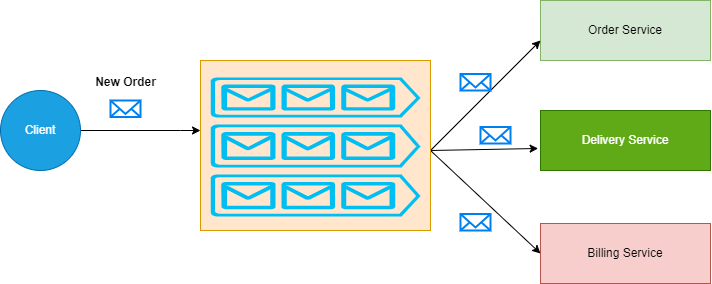
Above: PubSub.drawio.png in yahiaalioua/Pub-Sub_Ecommerce (draw.io), before the change. Source tidied: cells renumbered, new cells last; positions are measured from the earlier drawing's top-left corner, leaving out a move shared by most shapes. Its diagram source:
```xml
<mxGraphModel>
  <root>
    <mxCell id="0" />
    <mxCell id="1" parent="0" />
    <mxCell id="2" style="edgeStyle=orthogonalEdgeStyle;rounded=0;jettySize=auto;html=1;" parent="1" edge="1" source="3" target="16">
      <mxGeometry relative="1" as="geometry">
        <Array as="points">
          <mxPoint x="180" y="130" />
          <mxPoint x="180" y="130" />
        </Array>
      </mxGeometry>
    </mxCell>
    <mxCell id="3" value="Client" style="ellipse;whiteSpace=wrap;html=1;fillColor=#1ba1e2;fontColor=#ffffff;strokeColor=#006EAF;" parent="1" vertex="1">
      <mxGeometry y="90" width="80" height="80" as="geometry" />
    </mxCell>
    <mxCell id="4" style="group;fillColor=#fad9d5;strokeColor=#ae4132;" parent="1" vertex="1">
      <mxGeometry x="200" y="60" width="230" height="170" as="geometry" />
    </mxCell>
    <mxCell id="5" value="Order Service" style="rounded=0;whiteSpace=wrap;html=1;fillColor=#d5e8d4;strokeColor=#82b366;" parent="1" vertex="1">
      <mxGeometry x="540" width="170" height="60" as="geometry" />
    </mxCell>
    <mxCell id="6" value="Delivery Service" style="rounded=0;whiteSpace=wrap;html=1;fillColor=#60a917;strokeColor=#2D7600;fontColor=#ffffff;" parent="1" vertex="1">
      <mxGeometry x="540" y="110" width="170" height="60" as="geometry" />
    </mxCell>
    <mxCell id="7" value="Billing Service" style="rounded=0;whiteSpace=wrap;html=1;fillColor=#f8cecc;strokeColor=#b85450;" parent="1" vertex="1">
      <mxGeometry x="540" y="223" width="170" height="60" as="geometry" />
    </mxCell>
    <mxCell id="8" style="endArrow=classic;html=1;rounded=0;entryX=0;entryY=0.5;entryDx=0;entryDy=0;" parent="1" edge="1">
      <mxGeometry relative="1" as="geometry">
        <mxPoint x="430" y="150" as="sourcePoint" />
        <mxPoint x="540" y="40" as="targetPoint" />
      </mxGeometry>
    </mxCell>
    <mxCell id="9" style="endArrow=classic;html=1;rounded=0;entryX=-0.014;entryY=0.633;entryDx=0;entryDy=0;entryPerimeter=0;" parent="1" edge="1" target="6">
      <mxGeometry relative="1" as="geometry">
        <mxPoint x="430" y="150" as="sourcePoint" />
      </mxGeometry>
    </mxCell>
    <mxCell id="10" style="endArrow=classic;html=1;rounded=0;entryX=0;entryY=0.5;entryDx=0;entryDy=0;" parent="1" edge="1" target="7">
      <mxGeometry relative="1" as="geometry">
        <mxPoint x="430" y="150" as="sourcePoint" />
      </mxGeometry>
    </mxCell>
    <mxCell id="11" style="html=1;verticalLabelPosition=bottom;align=center;labelBackgroundColor=#ffffff;verticalAlign=top;strokeWidth=2;strokeColor=#0080F0;shadow=0;dashed=0;shape=mxgraph.ios7.icons.mail;" parent="1" vertex="1">
      <mxGeometry x="110" y="100" width="30" height="16.5" as="geometry" />
    </mxCell>
    <mxCell id="12" style="html=1;verticalLabelPosition=bottom;align=center;labelBackgroundColor=#ffffff;verticalAlign=top;strokeWidth=2;strokeColor=#0080F0;shadow=0;dashed=0;shape=mxgraph.ios7.icons.mail;" parent="1" vertex="1">
      <mxGeometry x="460" y="213.5" width="30" height="16.5" as="geometry" />
    </mxCell>
    <mxCell id="13" style="html=1;verticalLabelPosition=bottom;align=center;labelBackgroundColor=#ffffff;verticalAlign=top;strokeWidth=2;strokeColor=#0080F0;shadow=0;dashed=0;shape=mxgraph.ios7.icons.mail;" parent="1" vertex="1">
      <mxGeometry x="480" y="126.5" width="30" height="16.5" as="geometry" />
    </mxCell>
    <mxCell id="14" style="html=1;verticalLabelPosition=bottom;align=center;labelBackgroundColor=#ffffff;verticalAlign=top;strokeWidth=2;strokeColor=#0080F0;shadow=0;dashed=0;shape=mxgraph.ios7.icons.mail;" parent="1" vertex="1">
      <mxGeometry x="460" y="73.5" width="30" height="16.5" as="geometry" />
    </mxCell>
    <mxCell id="15" value="&lt;b&gt;New Order&lt;/b&gt;" style="text;html=1;align=center;verticalAlign=middle;strokeColor=none;fillColor=none;" parent="1" vertex="1">
      <mxGeometry x="85" y="66.8" width="80" height="30" as="geometry" />
    </mxCell>
    <mxCell id="16" style="rounded=0;whiteSpace=wrap;html=1;fillColor=#ffe6cc;strokeColor=#d79b00;" parent="1" vertex="1">
      <mxGeometry x="200" y="60" width="230" height="170" as="geometry" />
    </mxCell>
    <mxCell id="17" style="verticalLabelPosition=bottom;html=1;verticalAlign=top;align=center;strokeColor=none;fillColor=#00BEF2;shape=mxgraph.azure.queue_generic;" parent="1" vertex="1">
      <mxGeometry x="210" y="77" width="210" height="40" as="geometry" />
    </mxCell>
    <mxCell id="18" style="verticalLabelPosition=bottom;html=1;verticalAlign=top;align=center;strokeColor=none;fillColor=#00BEF2;shape=mxgraph.azure.queue_generic;" parent="1" vertex="1">
      <mxGeometry x="210" y="124" width="210" height="43" as="geometry" />
    </mxCell>
    <mxCell id="19" style="verticalLabelPosition=bottom;html=1;verticalAlign=top;align=center;strokeColor=none;fillColor=#00BEF2;shape=mxgraph.azure.queue_generic;" parent="1" vertex="1">
      <mxGeometry x="210" y="174" width="210" height="42" as="geometry" />
    </mxCell>
  </root>
</mxGraphModel>
```
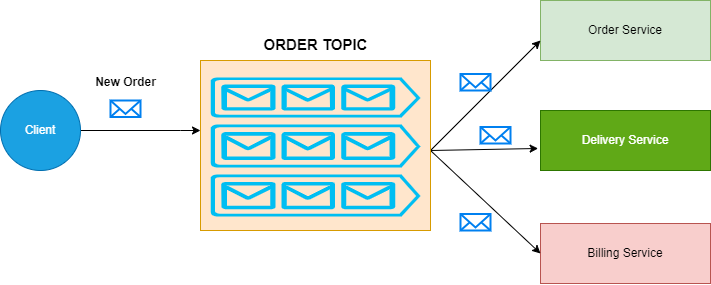
The same file after the commit.

Change to the diagram source:
```diff
@@ -68,5 +68,8 @@
     <mxCell id="19" style="verticalLabelPosition=bottom;html=1;verticalAlign=top;align=center;strokeColor=none;fillColor=#00BEF2;shape=mxgraph.azure.queue_generic;" parent="1" vertex="1">
       <mxGeometry x="210" y="174" width="210" height="42" as="geometry" />
     </mxCell>
+    <mxCell id="20" value="&lt;b&gt;&lt;font style=&quot;font-size: 15px;&quot;&gt;ORDER TOPIC&lt;/font&gt;&lt;/b&gt;" style="text;html=1;align=center;verticalAlign=middle;strokeColor=none;fillColor=none;" parent="1" vertex="1">
+      <mxGeometry x="250" y="29" width="130" height="30" as="geometry" />
+    </mxCell>
   </root>
 </mxGraphModel>
```
